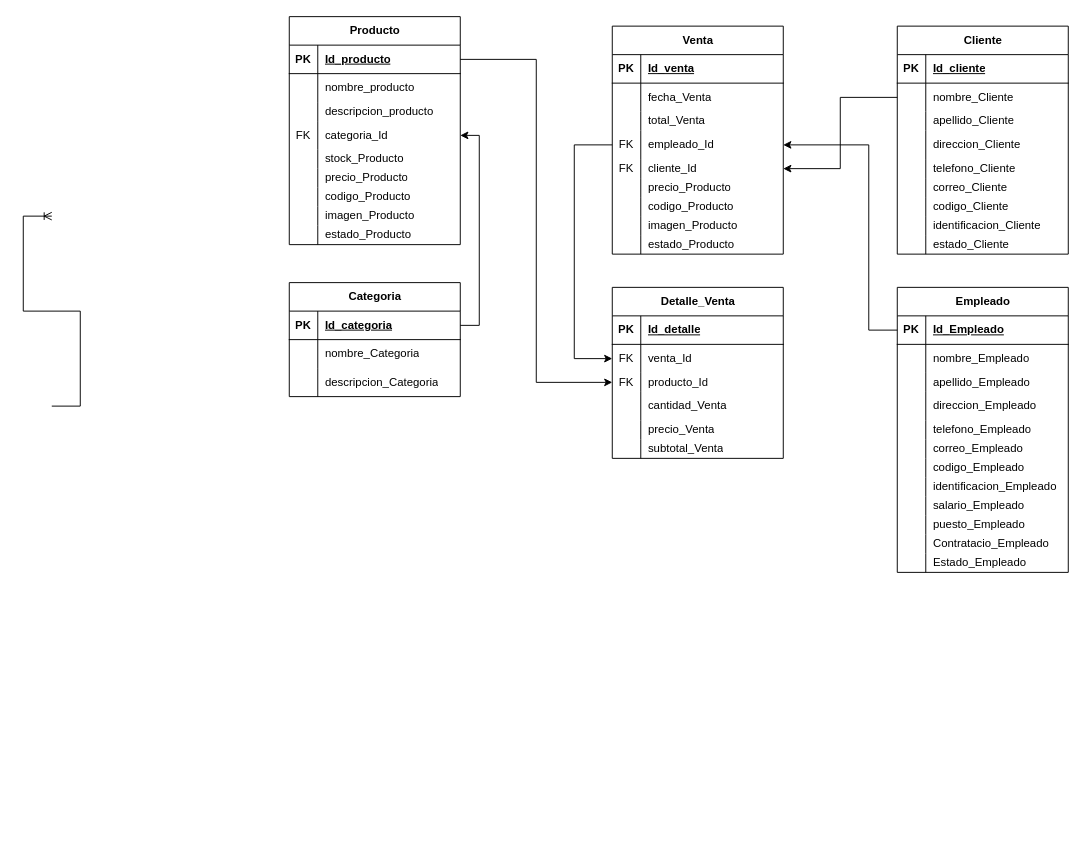
Above: Diagrama sin título.drawio in TechPioneerSV/DiagramaPV (draw.io), before the change. Source tidied: cells renumbered, new cells numbered last; positions are measured from the earlier drawing's top-left corner, leaving out a move shared by most shapes. Both pictures are drawn from the tidied source at 95%, with x=0, y=0 at pixel (-196, 16).
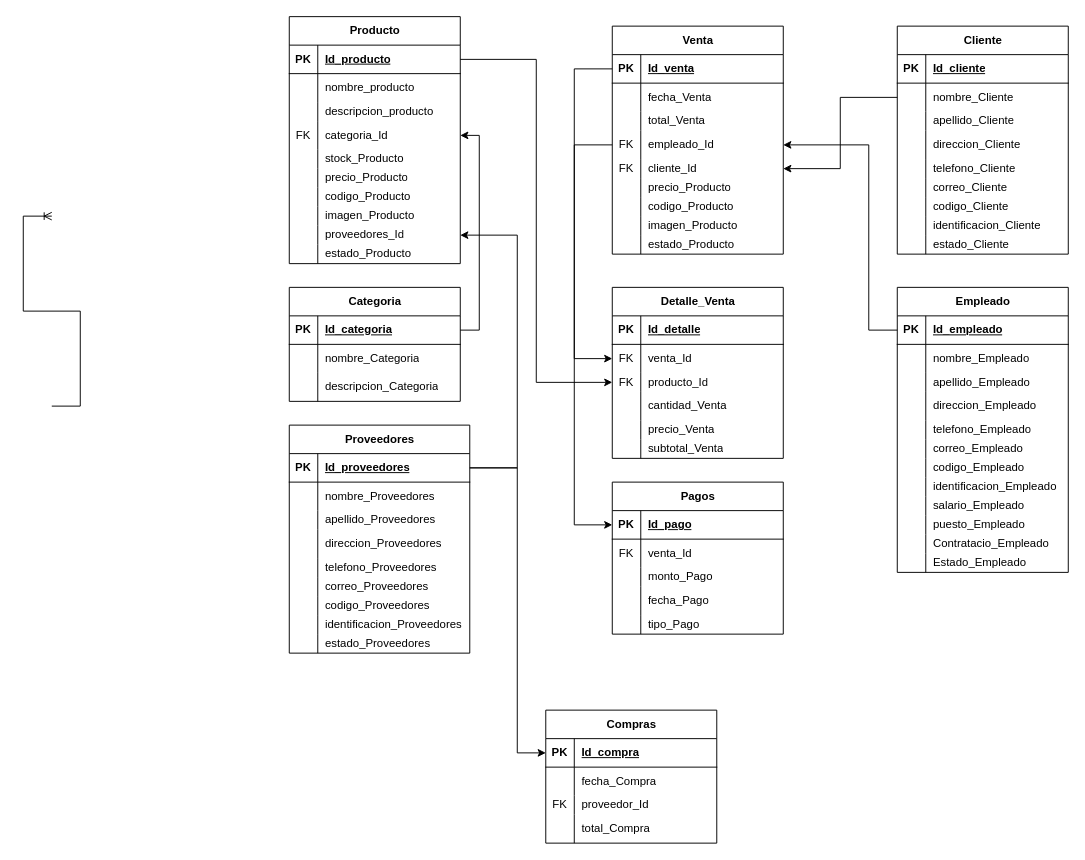
Above is the later version.

Unchanged cells that the change refers to:
```xml
<mxCell id="37" style="shape=tableRow;horizontal=0;startSize=0;swimlaneHead=0;swimlaneBody=0;fillColor=none;points=[[0,0.5],[1,0.5]];portConstraint=eastwest;top=0;left=0;right=0;bottom=0;" parent="12" vertex="1">
  <mxGeometry y="220" width="180" height="20" as="geometry" />
</mxCell>
<mxCell id="42" style="shape=tableRow;horizontal=0;startSize=0;swimlaneHead=0;swimlaneBody=0;fillColor=none;points=[[0,0.5],[1,0.5]];portConstraint=eastwest;top=0;left=0;right=0;bottom=1;" parent="41" vertex="1">
  <mxGeometry y="30" width="180" height="30" as="geometry" />
</mxCell>
<mxCell id="121" style="shape=tableRow;horizontal=0;startSize=0;swimlaneHead=0;swimlaneBody=0;fillColor=none;points=[[0,0.5],[1,0.5]];portConstraint=eastwest;top=0;left=0;right=0;bottom=1;" parent="120" vertex="1">
  <mxGeometry y="30" width="180" height="30" as="geometry" />
</mxCell>
```

Change to the diagram source:
```diff
@@
     <mxCell id="2" value="Categoria" style="shape=table;startSize=30;childLayout=tableLayout;rowLines=0;fontStyle=1;align=center;html=1;" parent="1" vertex="1">
-      <mxGeometry x="510" y="280" width="180" height="120" as="geometry" />
+      <mxGeometry x="510" y="285" width="180" height="120" as="geometry" />
     </mxCell>
@@
     <mxCell id="12" value="Producto" style="shape=table;startSize=30;childLayout=tableLayout;rowLines=0;fontStyle=1;align=center;html=1;" parent="1" vertex="1">
-      <mxGeometry x="510" width="180" height="240" as="geometry" />
+      <mxGeometry x="510" width="180" height="260" as="geometry" />
     </mxCell>
@@
-    <mxCell id="39" value="estado_Producto" style="shape=partialRectangle;fillColor=none;top=0;left=0;bottom=0;right=0;align=left;spacingLeft=6;overflow=hidden;whiteSpace=wrap;html=1;" parent="37" vertex="1">
+    <mxCell id="39" value="proveedores_Id" style="shape=partialRectangle;fillColor=none;top=0;left=0;bottom=0;right=0;align=left;spacingLeft=6;overflow=hidden;whiteSpace=wrap;html=1;" parent="37" vertex="1">
       <mxGeometry x="30" width="150" height="20" as="geometry" />
     </mxCell>
+    <mxCell id="158" style="shape=tableRow;horizontal=0;startSize=0;swimlaneHead=0;swimlaneBody=0;fillColor=none;top=0;left=0;right=0;bottom=0;" parent="12" vertex="1">
+      <mxGeometry y="240" width="180" height="20" as="geometry" />
+    </mxCell>
+    <mxCell id="159" style="shape=partialRectangle;fillColor=none;top=0;left=0;bottom=0;right=0;overflow=hidden;whiteSpace=wrap;html=1;" parent="158" vertex="1">
+      <mxGeometry width="30" height="20" as="geometry" />
+    </mxCell>
+    <mxCell id="160" value="estado_Producto" style="shape=partialRectangle;fillColor=none;top=0;left=0;bottom=0;right=0;align=left;spacingLeft=6;overflow=hidden;whiteSpace=wrap;html=1;" parent="158" vertex="1">
+      <mxGeometry x="30" width="150" height="20" as="geometry" />
+    </mxCell>
@@
-    <mxCell id="123" value="Id_Empleado" style="shape=partialRectangle;fillColor=none;top=0;left=0;bottom=0;right=0;align=left;spacingLeft=6;fontStyle=5;overflow=hidden;whiteSpace=wrap;html=1;" parent="121" vertex="1">
+    <mxCell id="123" value="Id_empleado" style="shape=partialRectangle;fillColor=none;top=0;left=0;bottom=0;right=0;align=left;spacingLeft=6;fontStyle=5;overflow=hidden;whiteSpace=wrap;html=1;" parent="121" vertex="1">
       <mxGeometry x="30" width="150" height="30" as="geometry" />
     </mxCell>
@@
+    <mxCell id="161" value="Pagos" style="shape=table;startSize=30;childLayout=tableLayout;rowLines=0;fontStyle=1;align=center;html=1;" parent="1" vertex="1">
+      <mxGeometry x="850" y="490" width="180" height="160" as="geometry" />
+    </mxCell>
+    <mxCell id="162" style="shape=tableRow;horizontal=0;startSize=0;swimlaneHead=0;swimlaneBody=0;fillColor=none;points=[[0,0.5],[1,0.5]];portConstraint=eastwest;top=0;left=0;right=0;bottom=1;" parent="161" vertex="1">
+      <mxGeometry y="30" width="180" height="30" as="geometry" />
+    </mxCell>
+    <mxCell id="163" value="PK" style="shape=partialRectangle;fillColor=none;top=0;left=0;bottom=0;right=0;fontStyle=1;overflow=hidden;whiteSpace=wrap;html=1;" parent="162" vertex="1">
+      <mxGeometry width="30" height="30" as="geometry" />
+    </mxCell>
+    <mxCell id="164" value="Id_pago" style="shape=partialRectangle;fillColor=none;top=0;left=0;bottom=0;right=0;align=left;spacingLeft=6;fontStyle=5;overflow=hidden;whiteSpace=wrap;html=1;" parent="162" vertex="1">
+      <mxGeometry x="30" width="150" height="30" as="geometry" />
+    </mxCell>
+    <mxCell id="165" style="shape=tableRow;horizontal=0;startSize=0;swimlaneHead=0;swimlaneBody=0;fillColor=none;top=0;left=0;right=0;bottom=0;" parent="161" vertex="1">
+      <mxGeometry y="60" width="180" height="30" as="geometry" />
+    </mxCell>
+    <mxCell id="166" value="FK" style="shape=partialRectangle;fillColor=none;top=0;left=0;bottom=0;right=0;overflow=hidden;whiteSpace=wrap;html=1;" parent="165" vertex="1">
+      <mxGeometry width="30" height="30" as="geometry" />
+    </mxCell>
+    <mxCell id="167" value="venta_Id" style="shape=partialRectangle;fillColor=none;top=0;left=0;bottom=0;right=0;align=left;spacingLeft=6;overflow=hidden;whiteSpace=wrap;html=1;" parent="165" vertex="1">
+      <mxGeometry x="30" width="150" height="30" as="geometry" />
+    </mxCell>
+    <mxCell id="168" style="shape=tableRow;horizontal=0;startSize=0;swimlaneHead=0;swimlaneBody=0;fillColor=none;top=0;left=0;right=0;bottom=0;" parent="161" vertex="1">
+      <mxGeometry y="90" width="180" height="20" as="geometry" />
+    </mxCell>
+    <mxCell id="169" style="shape=partialRectangle;fillColor=none;top=0;left=0;bottom=0;right=0;overflow=hidden;whiteSpace=wrap;html=1;" parent="168" vertex="1">
+      <mxGeometry width="30" height="20" as="geometry" />
+    </mxCell>
+    <mxCell id="170" value="&lt;div&gt;monto_Pago&lt;/div&gt;" style="shape=partialRectangle;fillColor=none;top=0;left=0;bottom=0;right=0;align=left;spacingLeft=6;overflow=hidden;whiteSpace=wrap;html=1;" parent="168" vertex="1">
+      <mxGeometry x="30" width="150" height="20" as="geometry" />
+    </mxCell>
+    <mxCell id="171" style="shape=tableRow;horizontal=0;startSize=0;swimlaneHead=0;swimlaneBody=0;fillColor=none;top=0;left=0;right=0;bottom=0;" parent="161" vertex="1">
+      <mxGeometry y="110" width="180" height="30" as="geometry" />
+    </mxCell>
+    <mxCell id="172" style="shape=partialRectangle;fillColor=none;top=0;left=0;bottom=0;right=0;fontStyle=0;overflow=hidden;whiteSpace=wrap;html=1;" parent="171" vertex="1">
+      <mxGeometry width="30" height="30" as="geometry" />
+    </mxCell>
+    <mxCell id="173" value="fecha_Pago" style="shape=partialRectangle;fillColor=none;top=0;left=0;bottom=0;right=0;align=left;spacingLeft=6;fontStyle=0;overflow=hidden;whiteSpace=wrap;html=1;" parent="171" vertex="1">
+      <mxGeometry x="30" width="150" height="30" as="geometry" />
+    </mxCell>
+    <mxCell id="174" style="shape=tableRow;horizontal=0;startSize=0;swimlaneHead=0;swimlaneBody=0;fillColor=none;top=0;left=0;right=0;bottom=0;" parent="161" vertex="1">
+      <mxGeometry y="140" width="180" height="20" as="geometry" />
+    </mxCell>
+    <mxCell id="175" style="shape=partialRectangle;fillColor=none;top=0;left=0;bottom=0;right=0;overflow=hidden;whiteSpace=wrap;html=1;" parent="174" vertex="1">
+      <mxGeometry width="30" height="20" as="geometry" />
+    </mxCell>
+    <mxCell id="176" value="tipo_Pago" style="shape=partialRectangle;fillColor=none;top=0;left=0;bottom=0;right=0;align=left;spacingLeft=6;overflow=hidden;whiteSpace=wrap;html=1;" parent="174" vertex="1">
+      <mxGeometry x="30" width="150" height="20" as="geometry" />
+    </mxCell>
+    <mxCell id="177" style="edgeStyle=orthogonalEdgeStyle;rounded=0;jettySize=auto;html=1;exitX=0;exitY=0.5;exitDx=0;exitDy=0;entryX=0;entryY=0.5;entryDx=0;entryDy=0;" parent="1" edge="1" source="42" target="162">
+      <mxGeometry relative="1" as="geometry">
+        <Array as="points">
+          <mxPoint x="810" y="55" />
+          <mxPoint x="810" y="535" />
+        </Array>
+      </mxGeometry>
+    </mxCell>
+    <mxCell id="178" value="Proveedores" style="shape=table;startSize=30;childLayout=tableLayout;rowLines=0;fontStyle=1;align=center;html=1;" parent="1" vertex="1">
+      <mxGeometry x="510" y="430" width="190" height="240" as="geometry" />
+    </mxCell>
+    <mxCell id="179" style="shape=tableRow;horizontal=0;startSize=0;swimlaneHead=0;swimlaneBody=0;fillColor=none;points=[[0,0.5],[1,0.5]];portConstraint=eastwest;top=0;left=0;right=0;bottom=1;" parent="178" vertex="1">
+      <mxGeometry y="30" width="190" height="30" as="geometry" />
+    </mxCell>
+    <mxCell id="180" value="PK" style="shape=partialRectangle;fillColor=none;top=0;left=0;bottom=0;right=0;fontStyle=1;overflow=hidden;whiteSpace=wrap;html=1;" parent="179" vertex="1">
+      <mxGeometry width="30" height="30" as="geometry" />
+    </mxCell>
+    <mxCell id="181" value="Id_proveedores" style="shape=partialRectangle;fillColor=none;top=0;left=0;bottom=0;right=0;align=left;spacingLeft=6;fontStyle=5;overflow=hidden;whiteSpace=wrap;html=1;" parent="179" vertex="1">
+      <mxGeometry x="30" width="160" height="30" as="geometry" />
+    </mxCell>
+    <mxCell id="182" style="shape=tableRow;horizontal=0;startSize=0;swimlaneHead=0;swimlaneBody=0;fillColor=none;top=0;left=0;right=0;bottom=0;" parent="178" vertex="1">
+      <mxGeometry y="60" width="190" height="30" as="geometry" />
+    </mxCell>
+    <mxCell id="183" style="shape=partialRectangle;fillColor=none;top=0;left=0;bottom=0;right=0;overflow=hidden;whiteSpace=wrap;html=1;" parent="182" vertex="1">
+      <mxGeometry width="30" height="30" as="geometry" />
+    </mxCell>
+    <mxCell id="184" value="nombre_Proveedores" style="shape=partialRectangle;fillColor=none;top=0;left=0;bottom=0;right=0;align=left;spacingLeft=6;overflow=hidden;whiteSpace=wrap;html=1;" parent="182" vertex="1">
+      <mxGeometry x="30" width="160" height="30" as="geometry" />
+    </mxCell>
+    <mxCell id="185" style="shape=tableRow;horizontal=0;startSize=0;swimlaneHead=0;swimlaneBody=0;fillColor=none;top=0;left=0;right=0;bottom=0;" parent="178" vertex="1">
+      <mxGeometry y="90" width="190" height="20" as="geometry" />
+    </mxCell>
+    <mxCell id="186" style="shape=partialRectangle;fillColor=none;top=0;left=0;bottom=0;right=0;overflow=hidden;whiteSpace=wrap;html=1;" parent="185" vertex="1">
+      <mxGeometry width="30" height="20" as="geometry" />
+    </mxCell>
+    <mxCell id="187" value="&lt;div&gt;apellido_&lt;span style=&quot;background-color: initial;&quot;&gt;Proveedores&lt;/span&gt;&lt;/div&gt;" style="shape=partialRectangle;fillColor=none;top=0;left=0;bottom=0;right=0;align=left;spacingLeft=6;overflow=hidden;whiteSpace=wrap;html=1;" parent="185" vertex="1">
+      <mxGeometry x="30" width="160" height="20" as="geometry" />
+    </mxCell>
+    <mxCell id="188" style="shape=tableRow;horizontal=0;startSize=0;swimlaneHead=0;swimlaneBody=0;fillColor=none;top=0;left=0;right=0;bottom=0;" parent="178" vertex="1">
+      <mxGeometry y="110" width="190" height="30" as="geometry" />
+    </mxCell>
+    <mxCell id="189" style="shape=partialRectangle;fillColor=none;top=0;left=0;bottom=0;right=0;fontStyle=0;overflow=hidden;whiteSpace=wrap;html=1;" parent="188" vertex="1">
+      <mxGeometry width="30" height="30" as="geometry" />
+    </mxCell>
+    <mxCell id="190" value="direccion_Proveedores" style="shape=partialRectangle;fillColor=none;top=0;left=0;bottom=0;right=0;align=left;spacingLeft=6;fontStyle=0;overflow=hidden;whiteSpace=wrap;html=1;" parent="188" vertex="1">
+      <mxGeometry x="30" width="160" height="30" as="geometry" />
+    </mxCell>
+    <mxCell id="191" style="shape=tableRow;horizontal=0;startSize=0;swimlaneHead=0;swimlaneBody=0;fillColor=none;top=0;left=0;right=0;bottom=0;" parent="178" vertex="1">
+      <mxGeometry y="140" width="190" height="20" as="geometry" />
+    </mxCell>
+    <mxCell id="192" style="shape=partialRectangle;fillColor=none;top=0;left=0;bottom=0;right=0;overflow=hidden;whiteSpace=wrap;html=1;" parent="191" vertex="1">
+      <mxGeometry width="30" height="20" as="geometry" />
+    </mxCell>
+    <mxCell id="193" value="telefono_Proveedores" style="shape=partialRectangle;fillColor=none;top=0;left=0;bottom=0;right=0;align=left;spacingLeft=6;overflow=hidden;whiteSpace=wrap;html=1;" parent="191" vertex="1">
+      <mxGeometry x="30" width="160" height="20" as="geometry" />
+    </mxCell>
+    <mxCell id="194" style="shape=tableRow;horizontal=0;startSize=0;swimlaneHead=0;swimlaneBody=0;fillColor=none;top=0;left=0;right=0;bottom=0;" parent="178" vertex="1">
+      <mxGeometry y="160" width="190" height="20" as="geometry" />
+    </mxCell>
+    <mxCell id="195" style="shape=partialRectangle;fillColor=none;top=0;left=0;bottom=0;right=0;overflow=hidden;whiteSpace=wrap;html=1;" parent="194" vertex="1">
+      <mxGeometry width="30" height="20" as="geometry" />
+    </mxCell>
+    <mxCell id="196" value="correo_Proveedores" style="shape=partialRectangle;fillColor=none;top=0;left=0;bottom=0;right=0;align=left;spacingLeft=6;overflow=hidden;whiteSpace=wrap;html=1;" parent="194" vertex="1">
+      <mxGeometry x="30" width="160" height="20" as="geometry" />
+    </mxCell>
+    <mxCell id="197" style="shape=tableRow;horizontal=0;startSize=0;swimlaneHead=0;swimlaneBody=0;fillColor=none;top=0;left=0;right=0;bottom=0;" parent="178" vertex="1">
+      <mxGeometry y="180" width="190" height="20" as="geometry" />
+    </mxCell>
+    <mxCell id="198" style="shape=partialRectangle;fillColor=none;top=0;left=0;bottom=0;right=0;overflow=hidden;whiteSpace=wrap;html=1;" parent="197" vertex="1">
+      <mxGeometry width="30" height="20" as="geometry" />
+    </mxCell>
+    <mxCell id="199" value="codigo_Proveedores" style="shape=partialRectangle;fillColor=none;top=0;left=0;bottom=0;right=0;align=left;spacingLeft=6;overflow=hidden;whiteSpace=wrap;html=1;" parent="197" vertex="1">
+      <mxGeometry x="30" width="160" height="20" as="geometry" />
+    </mxCell>
+    <mxCell id="200" style="shape=tableRow;horizontal=0;startSize=0;swimlaneHead=0;swimlaneBody=0;fillColor=none;top=0;left=0;right=0;bottom=0;" parent="178" vertex="1">
+      <mxGeometry y="200" width="190" height="20" as="geometry" />
+    </mxCell>
+    <mxCell id="201" style="shape=partialRectangle;fillColor=none;top=0;left=0;bottom=0;right=0;overflow=hidden;whiteSpace=wrap;html=1;" parent="200" vertex="1">
+      <mxGeometry width="30" height="20" as="geometry" />
+    </mxCell>
+    <mxCell id="202" value="identificacion_Proveedores" style="shape=partialRectangle;fillColor=none;top=0;left=0;bottom=0;right=0;align=left;spacingLeft=6;overflow=hidden;whiteSpace=wrap;html=1;" parent="200" vertex="1">
+      <mxGeometry x="30" width="160" height="20" as="geometry" />
+    </mxCell>
+    <mxCell id="203" style="shape=tableRow;horizontal=0;startSize=0;swimlaneHead=0;swimlaneBody=0;fillColor=none;top=0;left=0;right=0;bottom=0;" parent="178" vertex="1">
+      <mxGeometry y="220" width="190" height="20" as="geometry" />
+    </mxCell>
+    <mxCell id="204" style="shape=partialRectangle;fillColor=none;top=0;left=0;bottom=0;right=0;overflow=hidden;whiteSpace=wrap;html=1;" parent="203" vertex="1">
+      <mxGeometry width="30" height="20" as="geometry" />
+    </mxCell>
+    <mxCell id="205" value="estado_Proveedores" style="shape=partialRectangle;fillColor=none;top=0;left=0;bottom=0;right=0;align=left;spacingLeft=6;overflow=hidden;whiteSpace=wrap;html=1;" parent="203" vertex="1">
+      <mxGeometry x="30" width="160" height="20" as="geometry" />
+    </mxCell>
+    <mxCell id="206" style="edgeStyle=orthogonalEdgeStyle;rounded=0;jettySize=auto;html=1;" parent="1" edge="1" source="179" target="37">
+      <mxGeometry relative="1" as="geometry">
+        <Array as="points">
+          <mxPoint x="750" y="475" />
+          <mxPoint x="750" y="230" />
+        </Array>
+      </mxGeometry>
+    </mxCell>
+    <mxCell id="207" value="Compras" style="shape=table;startSize=30;childLayout=tableLayout;rowLines=0;fontStyle=1;align=center;html=1;" parent="1" vertex="1">
+      <mxGeometry x="780" y="730" width="180" height="140" as="geometry" />
+    </mxCell>
+    <mxCell id="208" style="shape=tableRow;horizontal=0;startSize=0;swimlaneHead=0;swimlaneBody=0;fillColor=none;points=[[0,0.5],[1,0.5]];portConstraint=eastwest;top=0;left=0;right=0;bottom=1;" parent="207" vertex="1">
+      <mxGeometry y="30" width="180" height="30" as="geometry" />
+    </mxCell>
+    <mxCell id="209" value="PK" style="shape=partialRectangle;fillColor=none;top=0;left=0;bottom=0;right=0;fontStyle=1;overflow=hidden;whiteSpace=wrap;html=1;" parent="208" vertex="1">
+      <mxGeometry width="30" height="30" as="geometry" />
+    </mxCell>
+    <mxCell id="210" value="Id_compra" style="shape=partialRectangle;fillColor=none;top=0;left=0;bottom=0;right=0;align=left;spacingLeft=6;fontStyle=5;overflow=hidden;whiteSpace=wrap;html=1;" parent="208" vertex="1">
+      <mxGeometry x="30" width="150" height="30" as="geometry" />
+    </mxCell>
+    <mxCell id="211" style="shape=tableRow;horizontal=0;startSize=0;swimlaneHead=0;swimlaneBody=0;fillColor=none;top=0;left=0;right=0;bottom=0;" parent="207" vertex="1">
+      <mxGeometry y="60" width="180" height="30" as="geometry" />
+    </mxCell>
+    <mxCell id="212" style="shape=partialRectangle;fillColor=none;top=0;left=0;bottom=0;right=0;overflow=hidden;whiteSpace=wrap;html=1;" parent="211" vertex="1">
+      <mxGeometry width="30" height="30" as="geometry" />
+    </mxCell>
+    <mxCell id="213" value="fecha_Compra" style="shape=partialRectangle;fillColor=none;top=0;left=0;bottom=0;right=0;align=left;spacingLeft=6;overflow=hidden;whiteSpace=wrap;html=1;" parent="211" vertex="1">
+      <mxGeometry x="30" width="150" height="30" as="geometry" />
+    </mxCell>
+    <mxCell id="214" style="shape=tableRow;horizontal=0;startSize=0;swimlaneHead=0;swimlaneBody=0;fillColor=none;top=0;left=0;right=0;bottom=0;" parent="207" vertex="1">
+      <mxGeometry y="90" width="180" height="20" as="geometry" />
+    </mxCell>
+    <mxCell id="215" value="FK" style="shape=partialRectangle;fillColor=none;top=0;left=0;bottom=0;right=0;overflow=hidden;whiteSpace=wrap;html=1;" parent="214" vertex="1">
+      <mxGeometry width="30" height="20" as="geometry" />
+    </mxCell>
+    <mxCell id="216" value="&lt;div&gt;proveedor_Id&lt;/div&gt;" style="shape=partialRectangle;fillColor=none;top=0;left=0;bottom=0;right=0;align=left;spacingLeft=6;overflow=hidden;whiteSpace=wrap;html=1;" parent="214" vertex="1">
+      <mxGeometry x="30" width="150" height="20" as="geometry" />
+    </mxCell>
+    <mxCell id="217" style="shape=tableRow;horizontal=0;startSize=0;swimlaneHead=0;swimlaneBody=0;fillColor=none;top=0;left=0;right=0;bottom=0;" parent="207" vertex="1">
+      <mxGeometry y="110" width="180" height="30" as="geometry" />
+    </mxCell>
+    <mxCell id="218" style="shape=partialRectangle;fillColor=none;top=0;left=0;bottom=0;right=0;fontStyle=0;overflow=hidden;whiteSpace=wrap;html=1;" parent="217" vertex="1">
+      <mxGeometry width="30" height="30" as="geometry" />
+    </mxCell>
+    <mxCell id="219" value="total_Compra" style="shape=partialRectangle;fillColor=none;top=0;left=0;bottom=0;right=0;align=left;spacingLeft=6;fontStyle=0;overflow=hidden;whiteSpace=wrap;html=1;" parent="217" vertex="1">
+      <mxGeometry x="30" width="150" height="30" as="geometry" />
+    </mxCell>
+    <mxCell id="220" style="edgeStyle=orthogonalEdgeStyle;rounded=0;jettySize=auto;html=1;exitX=1;exitY=0.5;exitDx=0;exitDy=0;" parent="1" edge="1" source="179" target="208">
+      <mxGeometry relative="1" as="geometry">
+        <Array as="points">
+          <mxPoint x="750" y="475" />
+          <mxPoint x="750" y="775" />
+        </Array>
+      </mxGeometry>
+    </mxCell>
```
